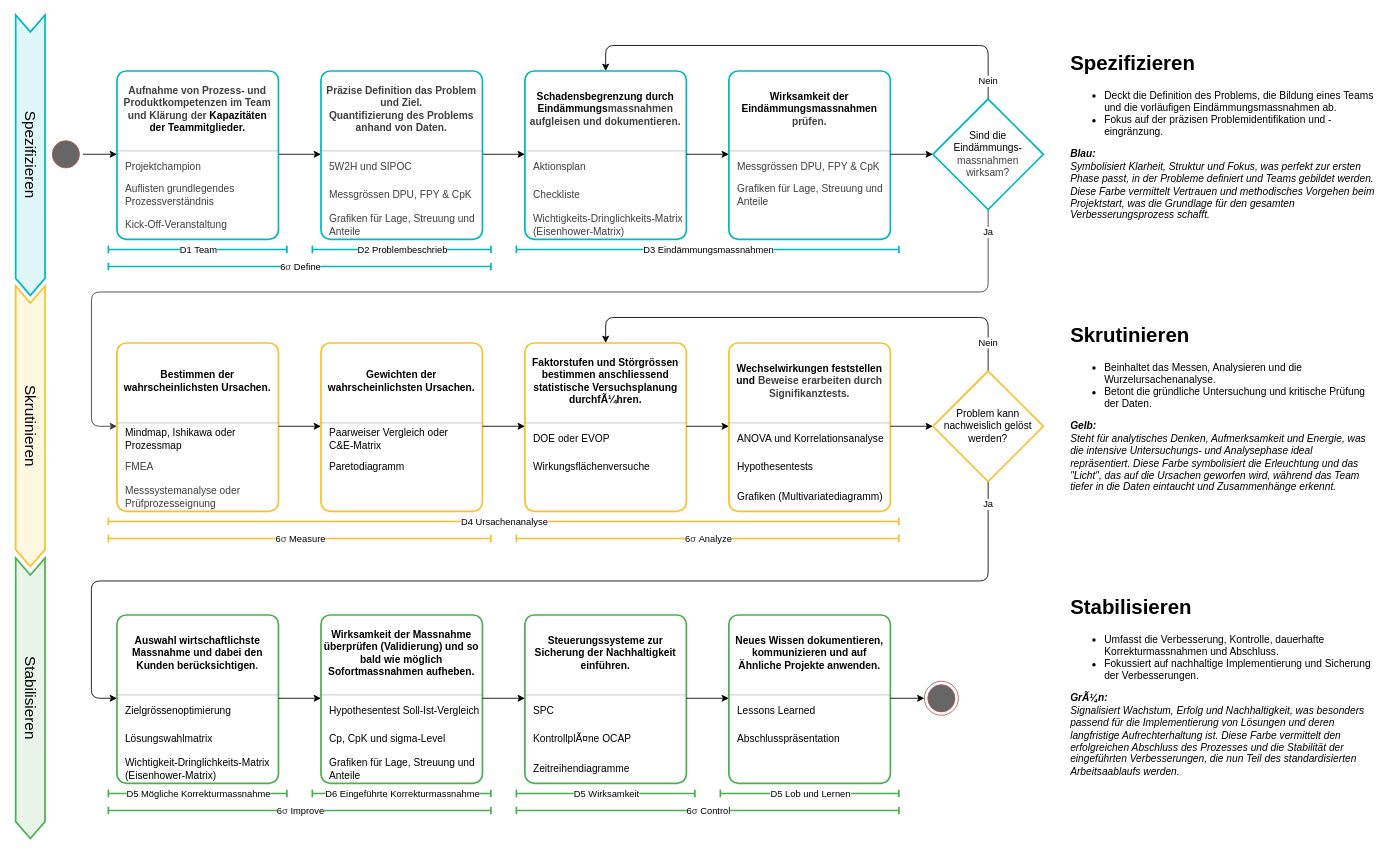
Before: page "3s de" (5 of 8) of docs/guides/3s.drawio in j4ggr/DaSPi, a draw.io diagram. Source tidied: cells renumbered, new cells numbered last; positions are measured from the earlier drawing's top-left corner, leaving out a move shared by most shapes. Both pictures are drawn from the tidied source at 85%, with x=0, y=0 at pixel (-110, 45).
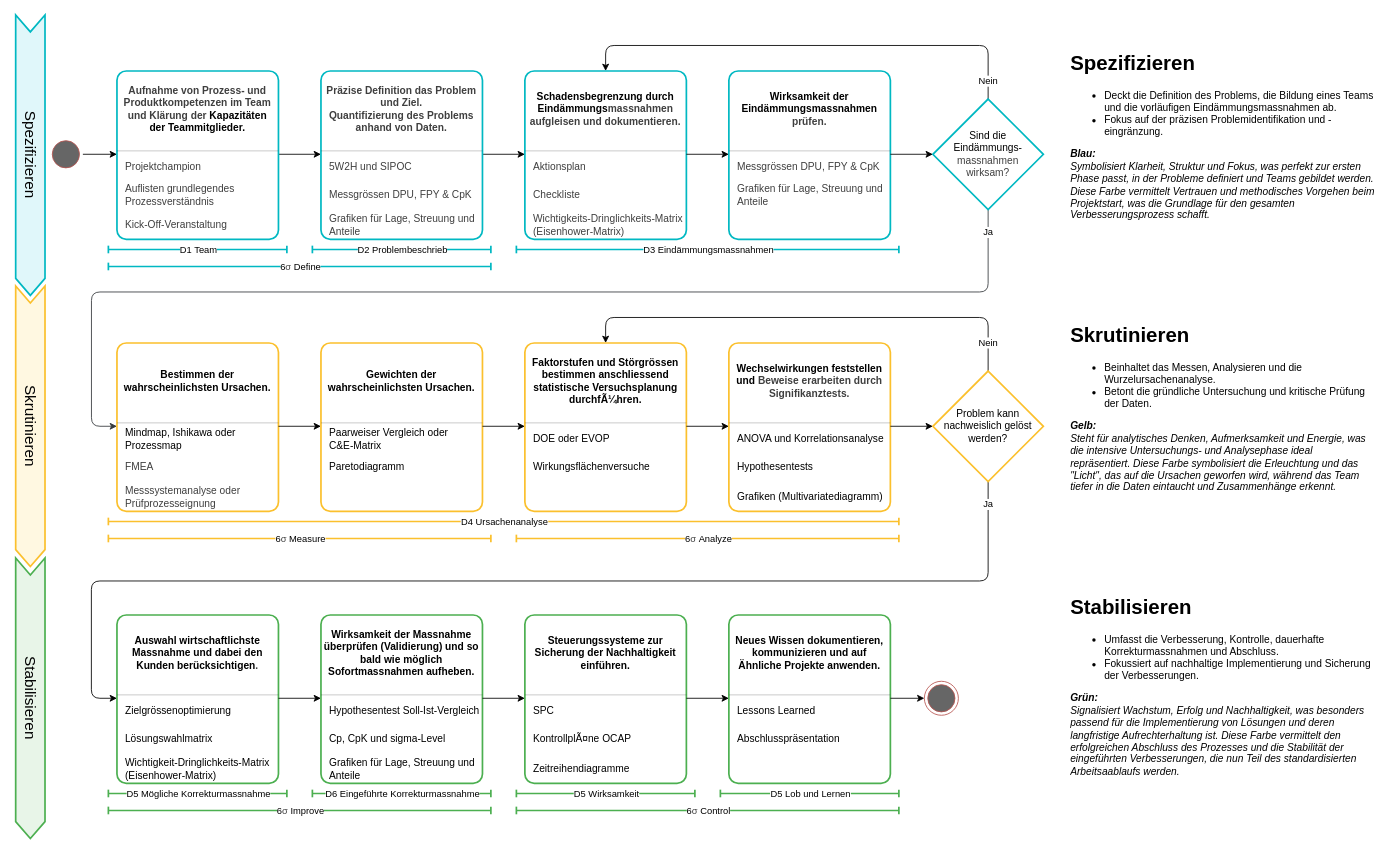
After the change.

The edit, as a diff of the source:
```diff
@@
-    <mxCell id="100" value="&lt;h1 style=&quot;margin-top: 0px;&quot;&gt;Stabilisieren&lt;/h1&gt;&lt;p&gt;&lt;/p&gt;&lt;ul&gt;&lt;li&gt;Umfasst die Verbesserung, Kontrolle, dauerhafte Korrekturmassnahmen und Abschluss.&lt;/li&gt;&lt;li&gt;Fokussiert auf nachhaltige Implementierung und Sicherung der Verbesserungen.&lt;/li&gt;&lt;/ul&gt;&lt;div&gt;&lt;i style=&quot;&quot;&gt;&lt;b&gt;GrÃ¼n:&lt;/b&gt;&lt;/i&gt;&lt;/div&gt;&lt;div&gt;&lt;i style=&quot;&quot;&gt;Signalisiert Wachstum, Erfolg und Nachhaltigkeit, was besonders passend für die Implementierung von Lösungen und deren langfristige Aufrechterhaltung ist. Diese Farbe vermittelt den erfolgreichen Abschluss des Prozesses und die Stabilität der eingeführten Verbesserungen, die nun Teil des standardisierten Arbeitsaablaufs werden.&lt;/i&gt;&lt;/div&gt;&lt;p&gt;&lt;/p&gt;" style="text;html=1;whiteSpace=wrap;overflow=hidden;rounded=0;" parent="1" vertex="1">
+    <mxCell id="100" value="&lt;h1 style=&quot;margin-top: 0px;&quot;&gt;Stabilisieren&lt;/h1&gt;&lt;p&gt;&lt;/p&gt;&lt;ul&gt;&lt;li&gt;Umfasst die Verbesserung, Kontrolle, dauerhafte Korrekturmassnahmen und Abschluss.&lt;/li&gt;&lt;li&gt;Fokussiert auf nachhaltige Implementierung und Sicherung der Verbesserungen.&lt;/li&gt;&lt;/ul&gt;&lt;div&gt;&lt;i style=&quot;&quot;&gt;&lt;b&gt;Grün:&lt;/b&gt;&lt;/i&gt;&lt;/div&gt;&lt;div&gt;&lt;i style=&quot;&quot;&gt;Signalisiert Wachstum, Erfolg und Nachhaltigkeit, was besonders passend für die Implementierung von Lösungen und deren langfristige Aufrechterhaltung ist. Diese Farbe vermittelt den erfolgreichen Abschluss des Prozesses und die Stabilität der eingeführten Verbesserungen, die nun Teil des standardisierten Arbeitsaablaufs werden.&lt;/i&gt;&lt;/div&gt;&lt;p&gt;&lt;/p&gt;" style="text;html=1;whiteSpace=wrap;overflow=hidden;rounded=0;" parent="1" vertex="1">
       <mxGeometry x="1387" y="640" width="360" height="240" as="geometry" />
     </mxCell>
```
